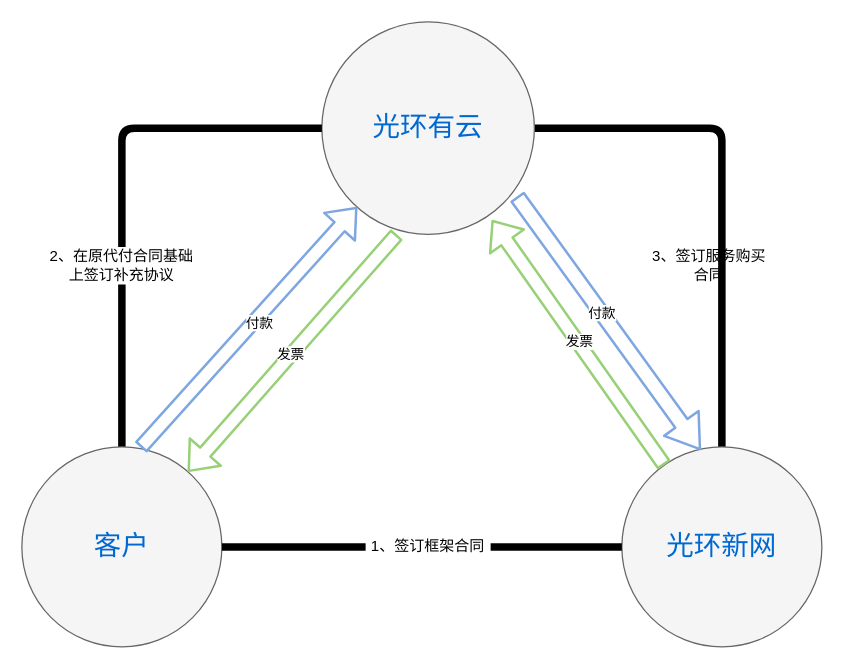
Above: 未命名绘图.drawio in foxprince/awsdraw (draw.io), before the change. Source tidied: cells renumbered, new cells numbered last; positions are measured from the earlier drawing's top-left corner, leaving out a move shared by most shapes. Both pictures are drawn from the tidied source at 125%, with x=0, y=0 at pixel (21, 21).
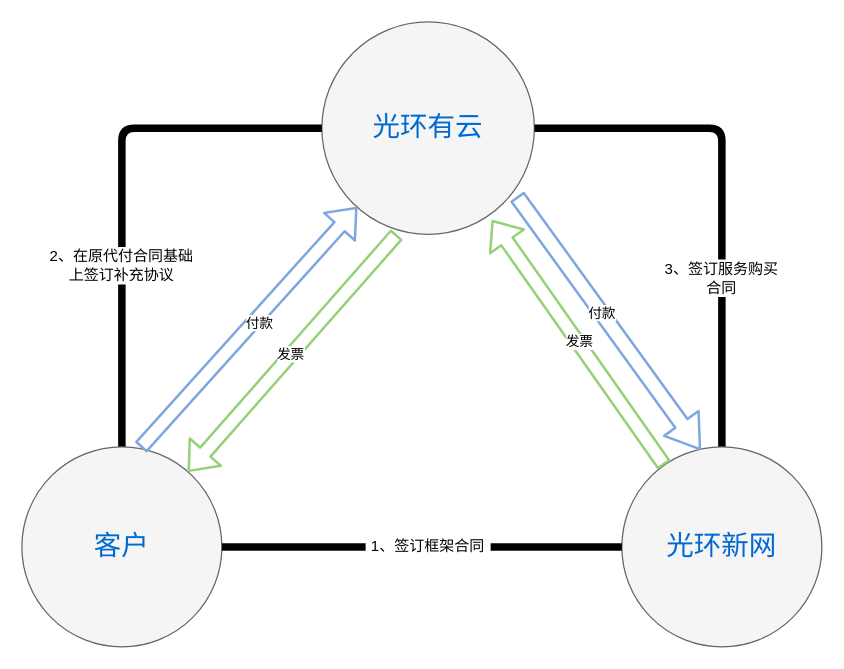
The same diagram, later.

Commit message:
更新未命名绘图.drawio

Unchanged cells that the change refers to:
```xml
<mxCell id="4" value="光环有云" style="ellipse;whiteSpace=wrap;html=1;rounded=0;shadow=0;dashed=0;comic=0;fontFamily=Verdana;fontSize=22;fontColor=#0069D1;fillColor=#f5f5f5;strokeColor=#666666;" parent="1" vertex="1">
  <mxGeometry x="240" width="170" height="170" as="geometry" />
</mxCell>
<mxCell id="5" value="光环新网" style="ellipse;whiteSpace=wrap;html=1;rounded=0;shadow=0;dashed=0;comic=0;fontFamily=Verdana;fontSize=22;fontColor=#0069D1;fillColor=#f5f5f5;strokeColor=#666666;" parent="1" vertex="1">
  <mxGeometry x="480" y="340" width="160" height="160" as="geometry" />
</mxCell>
```

Diff of the diagram source:
```diff
@@
-    <mxCell id="3" style="edgeStyle=orthogonalEdgeStyle;rounded=1;jettySize=auto;html=1;strokeWidth=6;endArrow=none;endFill=0;entryX=0.5;entryY=0;entryDx=0;entryDy=0;" parent="1" edge="1" source="4" target="5">
+    <mxCell id="3" style="edgeStyle=orthogonalEdgeStyle;rounded=1;jettySize=auto;html=1;strokeWidth=6;endArrow=none;endFill=0;entryX=0.5;entryY=0;entryDx=0;entryDy=0;startArrow=none;" parent="1" edge="1" source="8" target="5">
       <mxGeometry relative="1" as="geometry" />
     </mxCell>
@@
-    <mxCell id="8" value="3、签订服务购买合同" style="text;html=1;strokeColor=none;fillColor=none;align=center;verticalAlign=middle;whiteSpace=wrap;rounded=0;" parent="1" vertex="1">
-      <mxGeometry x="500" y="180" width="100" height="30" as="geometry" />
-    </mxCell>
@@
+    <mxCell id="8" value="3、签订服务购买合同" style="text;html=1;strokeColor=none;fillColor=none;align=center;verticalAlign=middle;whiteSpace=wrap;rounded=0;" parent="1" vertex="1">
+      <mxGeometry x="510" y="190" width="100" height="30" as="geometry" />
+    </mxCell>
+    <mxCell id="21" style="edgeStyle=orthogonalEdgeStyle;rounded=1;jettySize=auto;html=1;strokeWidth=6;endArrow=none;endFill=0;entryX=0.5;entryY=0;entryDx=0;entryDy=0;" parent="1" edge="1" source="4" target="8">
+      <mxGeometry relative="1" as="geometry" />
+    </mxCell>
```
